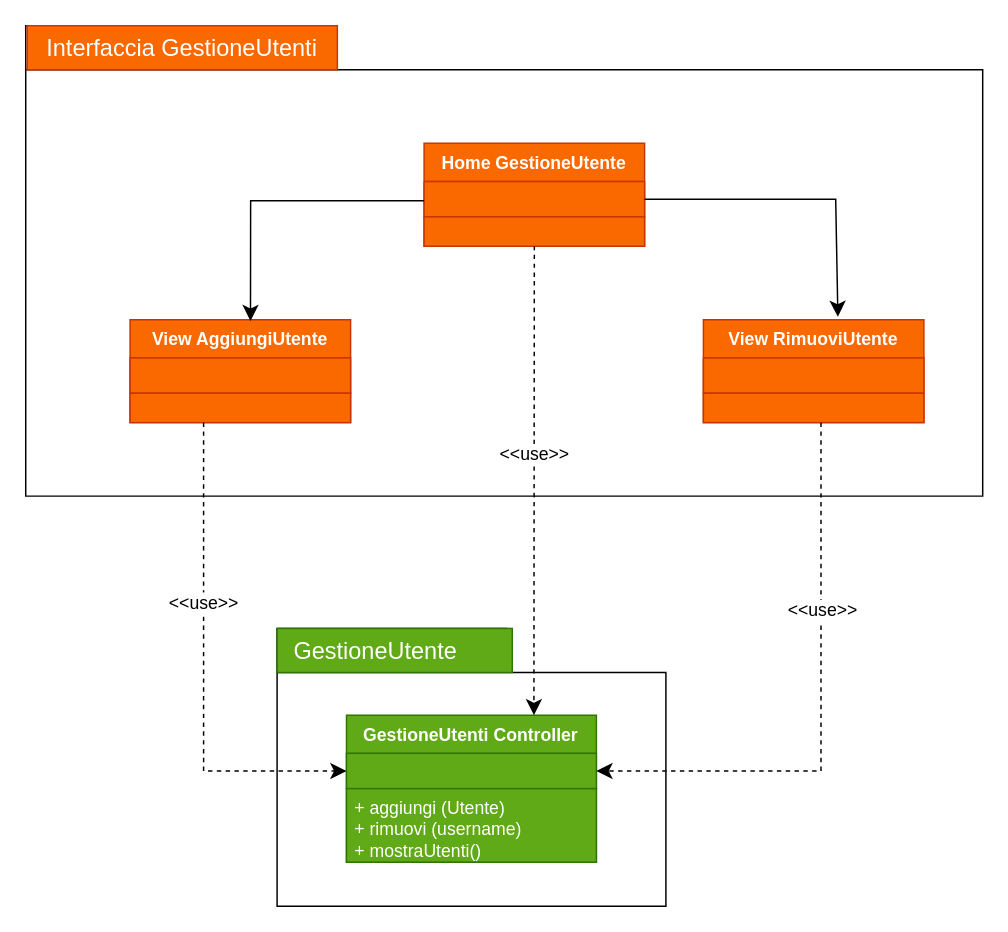
Before: Diagrammi_Package/Diagramma senza titolo.drawio in JosephBoom02/Progetto_Ingegneria_del_Software, a draw.io diagram. Source tidied: cells renumbered, new cells numbered last; positions are measured from the earlier drawing's top-left corner, leaving out a move shared by most shapes. Both pictures are drawn from the tidied source at 147%, with x=0, y=0 at pixel (25, 25).
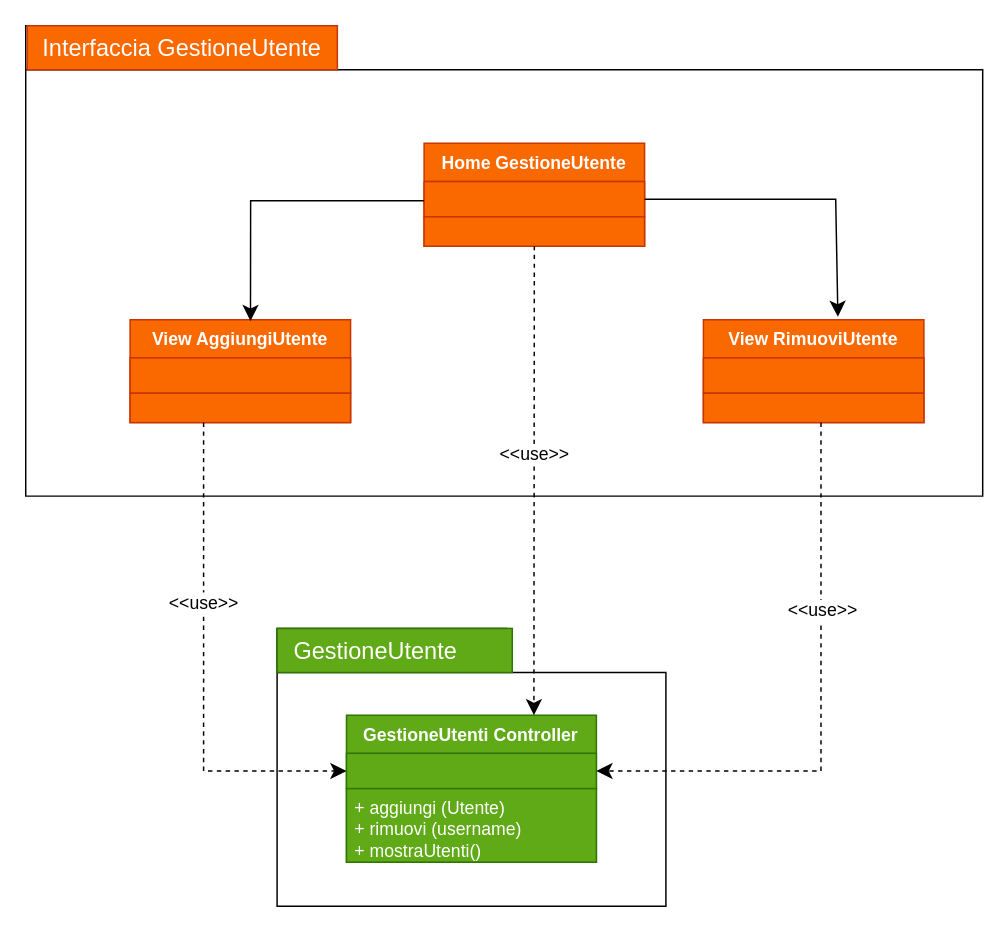
After the change.

Diff of the diagram source:
```diff
@@
-    <mxCell id="3" value="&lt;font color=&quot;#ffffff&quot;&gt;Interfaccia GestioneUtenti&lt;/font&gt;" style="text;strokeColor=#C73500;fillColor=#fa6800;html=1;align=center;verticalAlign=middle;whiteSpace=wrap;rounded=0;fontSize=16;fontColor=#000000;" parent="1" vertex="1">
+    <mxCell id="3" value="&lt;font color=&quot;#ffffff&quot;&gt;Interfaccia GestioneUtente&lt;/font&gt;" style="text;strokeColor=#C73500;fillColor=#fa6800;html=1;align=center;verticalAlign=middle;whiteSpace=wrap;rounded=0;fontSize=16;fontColor=#000000;" parent="1" vertex="1">
       <mxGeometry x="1" width="211" height="30" as="geometry" />
     </mxCell>
```
